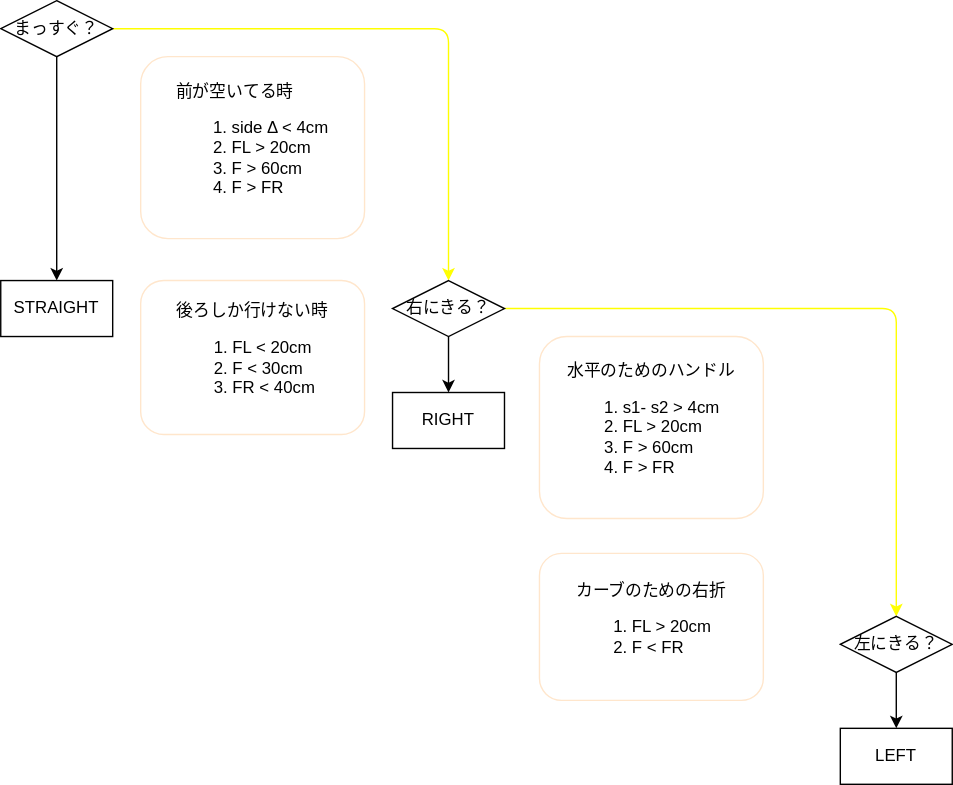
The draw.io diagram toyota.drawio.svg in jizots/AI_minicar, before a commit. Source tidied: cells renumbered, new cells last; positions are measured from the earlier drawing's top-left corner, leaving out a move shared by most shapes.
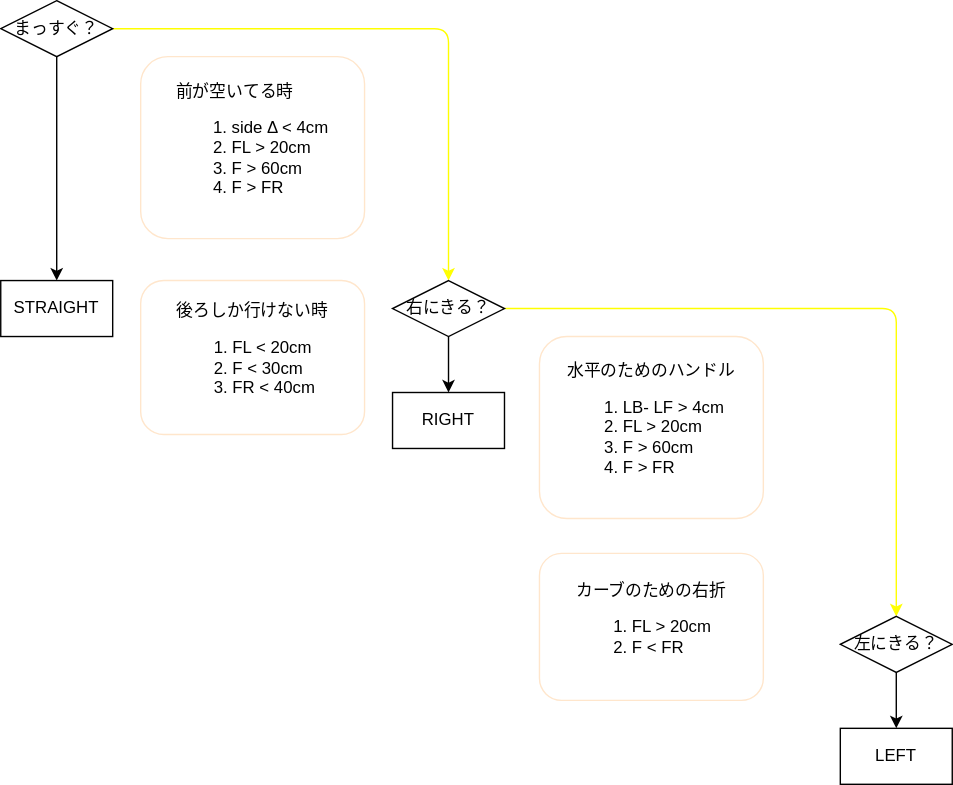
After the change.

The edit, as a diff of the source:
```diff
@@ -49,7 +49,7 @@
     <mxCell id="14" value="&lt;div style=&quot;text-align: left;&quot;&gt;後ろしか行けない時&lt;/div&gt;&lt;ol style=&quot;text-align: left;&quot;&gt;&lt;li&gt;FL &amp;lt; 20cm&lt;/li&gt;&lt;li&gt;F &amp;lt; 30cm&lt;/li&gt;&lt;li&gt;FR &amp;lt; 40cm&lt;/li&gt;&lt;/ol&gt;" style="rounded=1;whiteSpace=wrap;html=1;strokeColor=#FFE6CC;" parent="1" vertex="1">
       <mxGeometry x="100" y="200" width="160" height="110" as="geometry" />
     </mxCell>
-    <mxCell id="15" value="&lt;div style=&quot;text-align: left;&quot;&gt;&lt;span style=&quot;color: rgba(0, 0, 0, 0); font-family: monospace; font-size: 0px;&quot;&gt;%3CmxGraphModel%3E%3Croot%3E%3CmxCell%20id%3D%220%22%2F%3E%3CmxCell%20id%3D%221%22%20parent%3D%220%22%2F%3E%3CmxCell%20id%3D%222%22%20value%3D%22%26lt%3Bdiv%20style%3D%26quot%3Btext-align%3A%20left%3B%26quot%3B%26gt%3B%E5%BE%8C%E3%82%8D%E3%81%97%E3%81%8B%E8%A1%8C%E3%81%91%E3%81%AA%E3%81%84%E6%99%82%26lt%3B%2Fdiv%26gt%3B%26lt%3Bol%20style%3D%26quot%3Btext-align%3A%20left%3B%26quot%3B%26gt%3B%26lt%3Bli%26gt%3BFront%20Left%20%26amp%3Blt%3B%2020cm%26lt%3B%2Fli%26gt%3B%26lt%3Bli%26gt%3BFront%20%26amp%3Blt%3B%2030cm%26lt%3B%2Fli%26gt%3B%26lt%3Bli%26gt%3BFront%20Right%20%26amp%3Blt%3B%2040cm%26lt%3B%2Fli%26gt%3B%26lt%3B%2Fol%26gt%3B%22%20style%3D%22rounded%3D1%3BwhiteSpace%3Dwrap%3Bhtml%3D1%3BstrokeColor%3D%23FFE6CC%3B%22%20vertex%3D%221%22%20parent%3D%221%22%3E%3CmxGeometry%20x%3D%22140%22%20y%3D%22240%22%20width%3D%22160%22%20height%3D%22130%22%20as%3D%22geometry%22%2F%3E%3C%2FmxCell%3E%3C%2Froot%3E%3C%2FmxGraphModel%3E&lt;/span&gt;&lt;span style=&quot;background-color: initial;&quot;&gt;水平のためのハンドル&lt;/span&gt;&lt;br&gt;&lt;/div&gt;&lt;ol style=&quot;text-align: left;&quot;&gt;&lt;li&gt;s1- s2 &amp;gt; 4cm&lt;/li&gt;&lt;li&gt;FL &amp;gt; 20cm&lt;/li&gt;&lt;li&gt;F &amp;gt; 60cm&lt;/li&gt;&lt;li&gt;F &amp;gt; FR&lt;/li&gt;&lt;/ol&gt;" style="rounded=1;whiteSpace=wrap;html=1;strokeColor=#FFE6CC;" parent="1" vertex="1">
+    <mxCell id="15" value="&lt;div style=&quot;text-align: left;&quot;&gt;&lt;span style=&quot;color: rgba(0, 0, 0, 0); font-family: monospace; font-size: 0px;&quot;&gt;%3CmxGraphModel%3E%3Croot%3E%3CmxCell%20id%3D%220%22%2F%3E%3CmxCell%20id%3D%221%22%20parent%3D%220%22%2F%3E%3CmxCell%20id%3D%222%22%20value%3D%22%26lt%3Bdiv%20style%3D%26quot%3Btext-align%3A%20left%3B%26quot%3B%26gt%3B%E5%BE%8C%E3%82%8D%E3%81%97%E3%81%8B%E8%A1%8C%E3%81%91%E3%81%AA%E3%81%84%E6%99%82%26lt%3B%2Fdiv%26gt%3B%26lt%3Bol%20style%3D%26quot%3Btext-align%3A%20left%3B%26quot%3B%26gt%3B%26lt%3Bli%26gt%3BFront%20Left%20%26amp%3Blt%3B%2020cm%26lt%3B%2Fli%26gt%3B%26lt%3Bli%26gt%3BFront%20%26amp%3Blt%3B%2030cm%26lt%3B%2Fli%26gt%3B%26lt%3Bli%26gt%3BFront%20Right%20%26amp%3Blt%3B%2040cm%26lt%3B%2Fli%26gt%3B%26lt%3B%2Fol%26gt%3B%22%20style%3D%22rounded%3D1%3BwhiteSpace%3Dwrap%3Bhtml%3D1%3BstrokeColor%3D%23FFE6CC%3B%22%20vertex%3D%221%22%20parent%3D%221%22%3E%3CmxGeometry%20x%3D%22140%22%20y%3D%22240%22%20width%3D%22160%22%20height%3D%22130%22%20as%3D%22geometry%22%2F%3E%3C%2FmxCell%3E%3C%2Froot%3E%3C%2FmxGraphModel%3E&lt;/span&gt;&lt;span style=&quot;background-color: initial;&quot;&gt;水平のためのハンドル&lt;/span&gt;&lt;br&gt;&lt;/div&gt;&lt;ol style=&quot;text-align: left;&quot;&gt;&lt;li&gt;LB- LF &amp;gt; 4cm&lt;/li&gt;&lt;li&gt;FL &amp;gt; 20cm&lt;/li&gt;&lt;li&gt;F &amp;gt; 60cm&lt;/li&gt;&lt;li&gt;F &amp;gt; FR&lt;/li&gt;&lt;/ol&gt;" style="rounded=1;whiteSpace=wrap;html=1;strokeColor=#FFE6CC;" parent="1" vertex="1">
       <mxGeometry x="385" y="240" width="160" height="130" as="geometry" />
     </mxCell>
     <mxCell id="16" value="&lt;div style=&quot;text-align: left;&quot;&gt;&lt;span style=&quot;color: rgba(0, 0, 0, 0); font-family: monospace; font-size: 0px;&quot;&gt;%3CmxGraphModel%3E%3Croot%3E%3CmxCell%20id%3D%220%22%2F%3E%3CmxCell%20id%3D%221%22%20parent%3D%220%22%2F%3E%3CmxCell%20id%3D%222%22%20value%3D%22%26lt%3Bdiv%20style%3D%26quot%3Btext-align%3A%20left%3B%26quot%3B%26gt%3B%E5%BE%8C%E3%82%8D%E3%81%97%E3%81%8B%E8%A1%8C%E3%81%91%E3%81%AA%E3%81%84%E6%99%82%26lt%3B%2Fdiv%26gt%3B%26lt%3Bol%20style%3D%26quot%3Btext-align%3A%20left%3B%26quot%3B%26gt%3B%26lt%3Bli%26gt%3BFront%20Left%20%26amp%3Blt%3B%2020cm%26lt%3B%2Fli%26gt%3B%26lt%3Bli%26gt%3BFront%20%26amp%3Blt%3B%2030cm%26lt%3B%2Fli%26gt%3B%26lt%3Bli%26gt%3BFront%20Right%20%26amp%3Blt%3B%2040cm%26lt%3B%2Fli%26gt%3B%26lt%3B%2Fol%26gt%3B%22%20style%3D%22rounded%3D1%3BwhiteSpace%3Dwrap%3Bhtml%3D1%3BstrokeColor%3D%23FFE6CC%3B%22%20vertex%3D%221%22%20parent%3D%221%22%3E%3CmxGeometry%20x%3D%22140%22%20y%3D%22240%22%20width%3D%22160%22%20height%3D%22130%22%20as%3D%22geometry%22%2F%3E%3C%2FmxCell%3E%3C%2Froot%3E%3C%2FmxGraphModel%3Eカーブカーwf和えwfえw&lt;/span&gt;&lt;span style=&quot;background-color: initial;&quot;&gt;カーブのための右折&lt;/span&gt;&lt;/div&gt;&lt;ol style=&quot;text-align: left;&quot;&gt;&lt;li&gt;FL &amp;gt; 20cm&lt;/li&gt;&lt;li&gt;F &amp;lt; FR&lt;/li&gt;&lt;/ol&gt;" style="rounded=1;whiteSpace=wrap;html=1;strokeColor=#FFE6CC;" parent="1" vertex="1">
```
